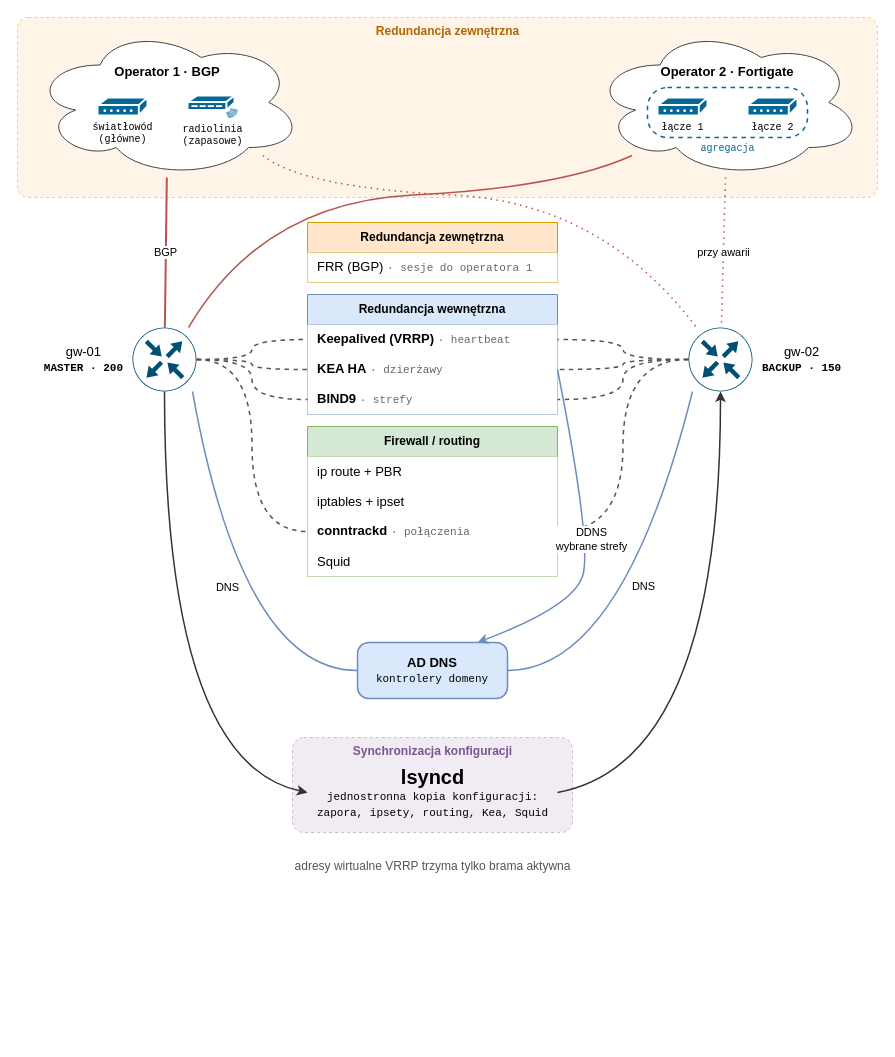
Before: redundant-gateways.drawio in BO-RU-TA/mysnippets, a draw.io diagram. Source tidied: cells renumbered, new cells numbered last; positions are measured from the earlier drawing's top-left corner, leaving out a move shared by most shapes. Both pictures are drawn from the tidied source at 100%, with x=0, y=0 at pixel (17, 17).
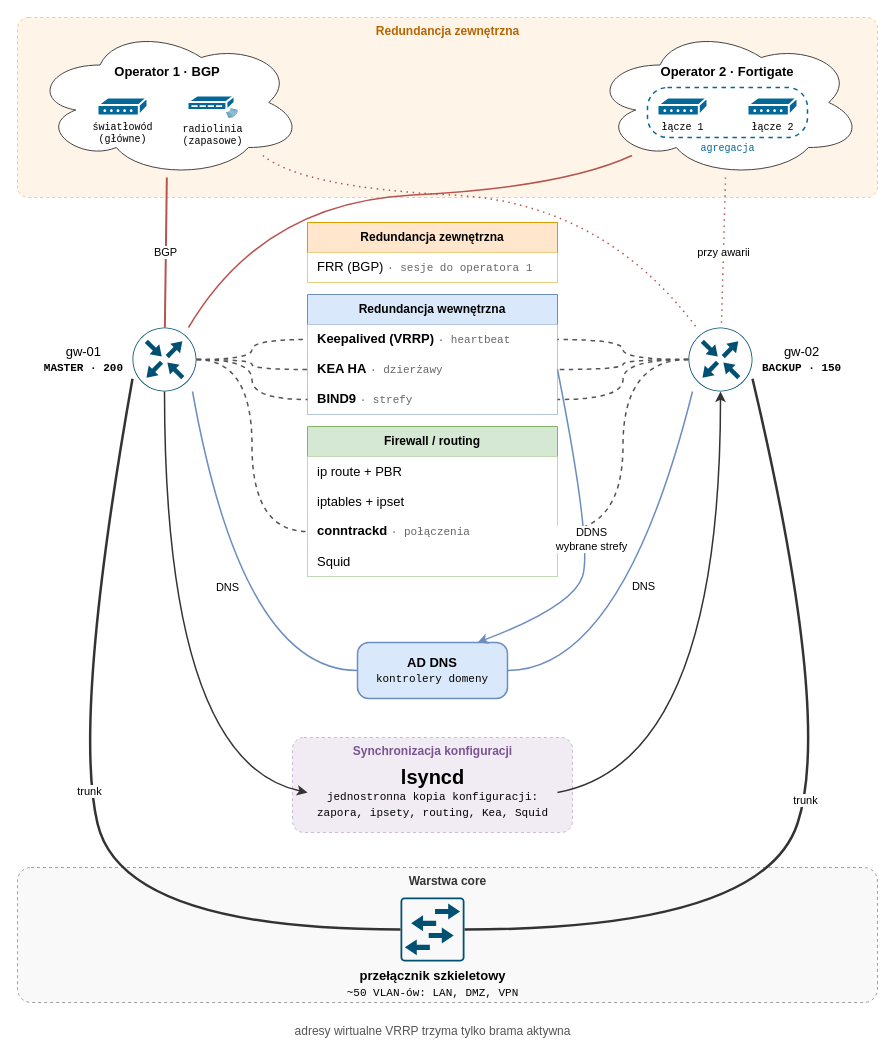
The same page after the edit.

Commit message:
redundant-gateways.drawio: core layer with trunks to both gateways

The change refers to these unchanged cells:
```xml
<mxCell id="10" value="&lt;div align=&quot;center&quot;&gt;&lt;span style=&quot;font-weight: normal;&quot;&gt;gw-01&lt;/span&gt;&lt;br&gt;&lt;font face=&quot;Courier New&quot; style=&quot;font-size:11px&quot;&gt;MASTER · 200&lt;/font&gt;&lt;/div&gt;" style="sketch=0;html=1;shape=mxgraph.cisco19.router;fillColor=#005073;strokeColor=none;verticalLabelPosition=bottom;verticalAlign=top;align=center;fontSize=13;fontStyle=1;verticalLabelPosition=middle;labelPosition=left;align=right;verticalAlign=middle;spacingRight=8;" parent="1" vertex="1">
  <mxGeometry x="115" y="310" width="64" height="64" as="geometry" />
</mxCell>
<mxCell id="11" value="&lt;div align=&quot;center&quot;&gt;&lt;span style=&quot;font-weight: normal;&quot;&gt;gw-02&lt;/span&gt;&lt;br&gt;&lt;font face=&quot;Courier New&quot; style=&quot;font-size:11px&quot;&gt;BACKUP · 150&lt;/font&gt;&lt;/div&gt;" style="sketch=0;html=1;shape=mxgraph.cisco19.router;fillColor=#005073;strokeColor=none;verticalLabelPosition=bottom;verticalAlign=top;align=center;fontSize=13;fontStyle=1;verticalLabelPosition=middle;labelPosition=right;align=left;verticalAlign=middle;spacingLeft=8;" parent="1" vertex="1">
  <mxGeometry x="671" y="310" width="64" height="64" as="geometry" />
</mxCell>
```

Change to the diagram source:
```diff
@@
+    <mxCell id="44" value="Warstwa core" style="rounded=1;arcSize=10;html=1;fillColor=#f5f5f5;strokeColor=#666666;dashed=1;opacity=60;verticalAlign=top;align=center;fontStyle=1;fontSize=12;fontColor=#333333;textOpacity=100;" parent="1" vertex="1">
+      <mxGeometry y="850" width="860" height="135" as="geometry" />
+    </mxCell>
@@
     <mxCell id="15" value="adresy wirtualne VRRP trzyma tylko brama aktywna" style="text;html=1;align=center;fontSize=12;fontColor=#555555;" parent="1" vertex="1">
-      <mxGeometry x="255" y="835" width="320" height="22" as="geometry" />
+      <mxGeometry x="255" y="1000" width="320" height="22" as="geometry" />
     </mxCell>
@@
+    <mxCell id="45" value="przełącznik szkieletowy&lt;br&gt;&lt;font face=&quot;Courier New&quot; style=&quot;font-size:11px;font-weight:normal&quot;&gt;~50 VLAN-ów: LAN, DMZ, VPN&lt;/font&gt;" style="sketch=0;html=1;shape=mxgraph.cisco19.workgroup_switch;fillColor=#005073;strokeColor=none;verticalLabelPosition=bottom;verticalAlign=top;align=center;fontSize=13;fontStyle=1;" parent="1" vertex="1">
+      <mxGeometry x="383" y="880" width="64" height="64" as="geometry" />
+    </mxCell>
+    <mxCell id="46" value="trunk" style="endArrow=none;html=1;strokeColor=#333333;strokeWidth=2.5;curved=1;fontSize=11;labelBackgroundColor=#ffffff;exitX=0;exitY=0.8;exitDx=0;exitDy=0;entryX=0;entryY=0.5;entryDx=0;entryDy=0;" parent="1" edge="1" source="10" target="45">
+      <mxGeometry relative="1" as="geometry">
+        <Array as="points">
+          <mxPoint x="55" y="700" />
+          <mxPoint x="105" y="912" />
+        </Array>
+      </mxGeometry>
+    </mxCell>
+    <mxCell id="47" value="trunk" style="endArrow=none;html=1;strokeColor=#333333;strokeWidth=2.5;curved=1;fontSize=11;labelBackgroundColor=#ffffff;exitX=1;exitY=0.8;exitDx=0;exitDy=0;entryX=1;entryY=0.5;entryDx=0;entryDy=0;" parent="1" edge="1" source="11" target="45">
+      <mxGeometry relative="1" as="geometry">
+        <Array as="points">
+          <mxPoint x="815" y="700" />
+          <mxPoint x="745" y="912" />
+        </Array>
+      </mxGeometry>
+    </mxCell>
```
